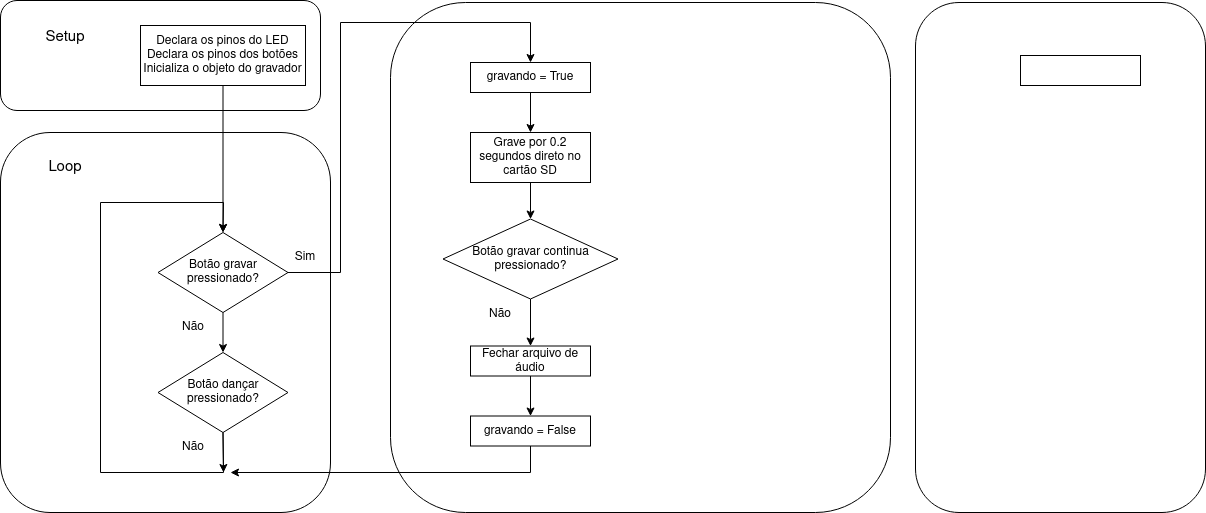
Before: projetos/cacto_dancante/images/especificacao_software.png, a diagram exported from draw.io (vm-bertini/ea075-2023.1). Source tidied: cells renumbered, new cells last; positions are measured from the earlier drawing's top-left corner, leaving out a move shared by most shapes.
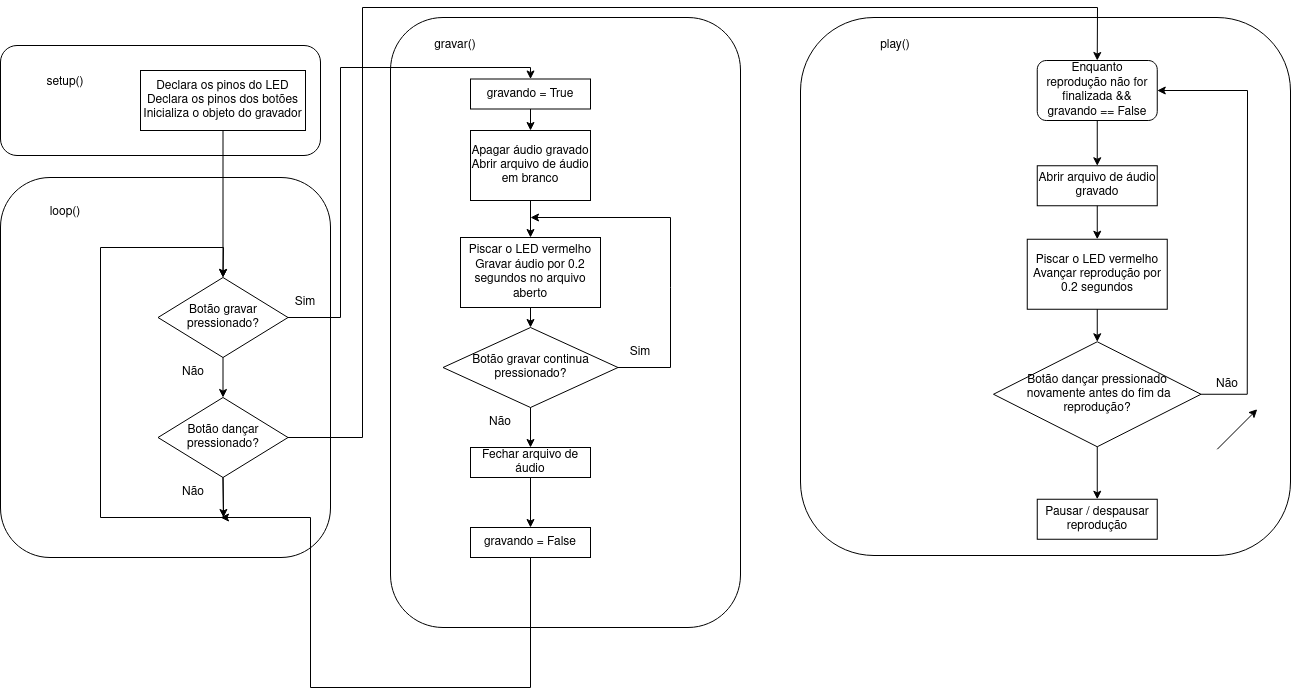
After the change.

What changed in the source:
```diff
@@ -5,7 +5,7 @@
     <mxCell id="2" style="rounded=1;whiteSpace=wrap;html=1;" parent="1" vertex="1">
       <mxGeometry y="132" width="330" height="380" as="geometry" />
     </mxCell>
-    <mxCell id="3" value="&lt;span style=&quot;font-size: 15px;&quot;&gt;Loop&lt;/span&gt;" style="text;html=1;strokeColor=none;fillColor=none;align=center;verticalAlign=middle;whiteSpace=wrap;rounded=0;" parent="1" vertex="1">
+    <mxCell id="3" value="loop()" style="text;html=1;strokeColor=none;fillColor=none;align=center;verticalAlign=middle;whiteSpace=wrap;rounded=0;" parent="1" vertex="1">
       <mxGeometry x="20" y="152" width="90" height="30" as="geometry" />
     </mxCell>
     <mxCell id="4" value="Botão gravar pressionado?" style="rhombus;whiteSpace=wrap;html=1;" parent="1" vertex="1">
@@ -20,7 +20,7 @@
     <mxCell id="7" style="rounded=1;whiteSpace=wrap;html=1;" parent="1" vertex="1">
       <mxGeometry width="320" height="110" as="geometry" />
     </mxCell>
-    <mxCell id="8" value="&lt;font style=&quot;font-size: 15px;&quot;&gt;Setup&lt;/font&gt;" style="text;html=1;strokeColor=none;fillColor=none;align=center;verticalAlign=middle;whiteSpace=wrap;rounded=0;" parent="1" vertex="1">
+    <mxCell id="8" value="setup()" style="text;html=1;strokeColor=none;fillColor=none;align=center;verticalAlign=middle;whiteSpace=wrap;rounded=0;" parent="1" vertex="1">
       <mxGeometry x="35" y="22" width="60" height="30" as="geometry" />
     </mxCell>
     <mxCell id="9" value="Declara os pinos do LED&lt;br&gt;Declara os pinos dos botões&lt;br&gt;Inicializa o objeto do gravador" style="rounded=0;whiteSpace=wrap;html=1;" parent="1" vertex="1">
@@ -51,10 +51,10 @@
       <mxGeometry x="163" y="432" width="60" height="30" as="geometry" />
     </mxCell>
     <mxCell id="15" style="rounded=1;whiteSpace=wrap;html=1;" parent="1" vertex="1">
-      <mxGeometry x="390" y="2" width="500" height="510" as="geometry" />
+      <mxGeometry x="390" y="-28" width="350" height="610" as="geometry" />
     </mxCell>
     <mxCell id="16" value="gravando = True" style="rounded=0;whiteSpace=wrap;html=1;" parent="1" vertex="1">
-      <mxGeometry x="470" y="62" width="120" height="30" as="geometry" />
+      <mxGeometry x="470" y="33.5" width="120" height="30" as="geometry" />
     </mxCell>
     <mxCell id="17" style="endArrow=classic;html=1;rounded=0;exitX=1;exitY=0.5;exitDx=0;exitDy=0;entryX=0.5;entryY=0;entryDx=0;entryDy=0;" parent="1" edge="1" source="4" target="16">
       <mxGeometry relative="1" as="geometry">
@@ -66,33 +66,19 @@
       </mxGeometry>
     </mxCell>
     <mxCell id="18" value="Fechar arquivo de áudio" style="rounded=0;whiteSpace=wrap;html=1;" parent="1" vertex="1">
-      <mxGeometry x="470" y="345.5" width="120" height="30" as="geometry" />
+      <mxGeometry x="470" y="402" width="120" height="30" as="geometry" />
     </mxCell>
-    <mxCell id="19" style="endArrow=classic;html=1;rounded=0;exitX=0.5;exitY=1;exitDx=0;exitDy=0;entryX=0.5;entryY=0;entryDx=0;entryDy=0;" parent="1" edge="1" source="29" target="25">
-      <mxGeometry relative="1" as="geometry" />
-    </mxCell>
     <mxCell id="20" value="gravando = False" style="rounded=0;whiteSpace=wrap;html=1;" parent="1" vertex="1">
-      <mxGeometry x="470" y="415.5" width="120" height="30" as="geometry" />
+      <mxGeometry x="470" y="482" width="120" height="30" as="geometry" />
     </mxCell>
     <mxCell id="21" style="endArrow=classic;html=1;rounded=0;exitX=0.5;exitY=1;exitDx=0;exitDy=0;entryX=0.5;entryY=0;entryDx=0;entryDy=0;" parent="1" edge="1" source="18" target="20">
       <mxGeometry relative="1" as="geometry" />
     </mxCell>
-    <mxCell id="22" style="endArrow=classic;html=1;rounded=0;exitX=0.5;exitY=1;exitDx=0;exitDy=0;" parent="1" edge="1" source="20">
-      <mxGeometry relative="1" as="geometry">
-        <mxPoint x="230" y="472" as="targetPoint" />
-        <Array as="points">
-          <mxPoint x="530" y="472" />
-        </Array>
-      </mxGeometry>
-    </mxCell>
     <mxCell id="23" style="rounded=1;whiteSpace=wrap;html=1;" parent="1" vertex="1">
-      <mxGeometry x="915" y="2" width="290" height="510" as="geometry" />
+      <mxGeometry x="800" y="-28" width="490" height="538" as="geometry" />
     </mxCell>
-    <mxCell id="24" style="rounded=0;whiteSpace=wrap;html=1;" parent="1" vertex="1">
-      <mxGeometry x="1020" y="55" width="120" height="30" as="geometry" />
-    </mxCell>
     <mxCell id="25" value="Botão gravar continua pressionado?" style="rhombus;whiteSpace=wrap;html=1;" parent="1" vertex="1">
-      <mxGeometry x="442.5" y="218.5" width="175" height="80" as="geometry" />
+      <mxGeometry x="442.5" y="282" width="175" height="80" as="geometry" />
     </mxCell>
     <mxCell id="26" style="endArrow=classic;html=1;rounded=0;exitX=0.5;exitY=1;exitDx=0;exitDy=0;entryX=0.5;entryY=0;entryDx=0;entryDy=0;" parent="1" edge="1" source="25" target="18">
       <mxGeometry relative="1" as="geometry" />
@@ -101,13 +87,106 @@
       <mxGeometry x="275" y="242" width="60" height="30" as="geometry" />
     </mxCell>
     <mxCell id="28" value="Não" style="text;html=1;strokeColor=none;fillColor=none;align=center;verticalAlign=middle;whiteSpace=wrap;rounded=0;" parent="1" vertex="1">
-      <mxGeometry x="470" y="298.5" width="60" height="30" as="geometry" />
+      <mxGeometry x="470" y="362" width="60" height="30" as="geometry" />
     </mxCell>
-    <mxCell id="29" value="Grave por 0.2 segundos direto no cartão SD" style="rounded=0;whiteSpace=wrap;html=1;" parent="1" vertex="1">
-      <mxGeometry x="470" y="132" width="120" height="50" as="geometry" />
-    </mxCell>
-    <mxCell id="30" style="endArrow=classic;html=1;rounded=0;exitX=0.5;exitY=1;exitDx=0;exitDy=0;entryX=0.5;entryY=0;entryDx=0;entryDy=0;" parent="1" edge="1" source="16" target="29">
+    <mxCell id="30" style="endArrow=classic;html=1;rounded=0;exitX=0.5;exitY=1;exitDx=0;exitDy=0;entryX=0.5;entryY=0;entryDx=0;entryDy=0;" parent="1" edge="1" source="37" target="32">
       <mxGeometry relative="1" as="geometry" />
     </mxCell>
+    <mxCell id="31" style="edgeStyle=orthogonalEdgeStyle;rounded=0;jettySize=auto;html=1;exitX=0.5;exitY=1;exitDx=0;exitDy=0;entryX=0.5;entryY=0;entryDx=0;entryDy=0;" parent="1" edge="1" source="32" target="25">
+      <mxGeometry relative="1" as="geometry" />
+    </mxCell>
+    <mxCell id="32" value="&lt;div&gt;Piscar o LED vermelho&lt;br&gt;&lt;/div&gt;&lt;div&gt;Gravar áudio por 0.2 segundos no arquivo aberto&lt;br&gt;&lt;/div&gt;" style="rounded=0;whiteSpace=wrap;html=1;" parent="1" vertex="1">
+      <mxGeometry x="460" y="192" width="140" height="70" as="geometry" />
+    </mxCell>
+    <mxCell id="33" style="endArrow=classic;html=1;rounded=0;exitX=0.5;exitY=1;exitDx=0;exitDy=0;" parent="1" edge="1" source="20">
+      <mxGeometry relative="1" as="geometry">
+        <mxPoint x="220" y="472" as="targetPoint" />
+        <Array as="points">
+          <mxPoint x="530" y="642" />
+          <mxPoint x="310" y="642" />
+          <mxPoint x="310" y="472" />
+        </Array>
+      </mxGeometry>
+    </mxCell>
+    <mxCell id="34" style="endArrow=classic;html=1;rounded=0;exitX=1;exitY=0.5;exitDx=0;exitDy=0;" parent="1" edge="1" source="25">
+      <mxGeometry relative="1" as="geometry">
+        <mxPoint x="530" y="172" as="targetPoint" />
+        <Array as="points">
+          <mxPoint x="670" y="322" />
+          <mxPoint x="670" y="242" />
+          <mxPoint x="670" y="172" />
+        </Array>
+      </mxGeometry>
+    </mxCell>
+    <mxCell id="35" value="Sim" style="text;html=1;strokeColor=none;fillColor=none;align=center;verticalAlign=middle;whiteSpace=wrap;rounded=0;" parent="1" vertex="1">
+      <mxGeometry x="610" y="292" width="60" height="30" as="geometry" />
+    </mxCell>
+    <mxCell id="36" style="endArrow=classic;html=1;rounded=0;exitX=0.5;exitY=1;exitDx=0;exitDy=0;entryX=0.5;entryY=0;entryDx=0;entryDy=0;" parent="1" edge="1" source="16" target="37">
+      <mxGeometry relative="1" as="geometry" />
+    </mxCell>
+    <mxCell id="37" value="&lt;div&gt;Apagar áudio gravado&lt;/div&gt;&lt;div&gt;Abrir arquivo de áudio em branco&lt;br&gt;&lt;/div&gt;" style="rounded=0;whiteSpace=wrap;html=1;" parent="1" vertex="1">
+      <mxGeometry x="470" y="85" width="120" height="70" as="geometry" />
+    </mxCell>
+    <mxCell id="38" style="endArrow=classic;html=1;rounded=0;exitX=1;exitY=0.5;exitDx=0;exitDy=0;entryX=0.5;entryY=0;entryDx=0;entryDy=0;" parent="1" edge="1" source="5" target="50">
+      <mxGeometry relative="1" as="geometry">
+        <Array as="points">
+          <mxPoint x="362" y="392" />
+          <mxPoint x="362" y="-38" />
+          <mxPoint x="1097" y="-38" />
+        </Array>
+      </mxGeometry>
+    </mxCell>
+    <mxCell id="39" value="Abrir arquivo de áudio gravado" style="rounded=0;whiteSpace=wrap;html=1;" parent="1" vertex="1">
+      <mxGeometry x="1036.8" y="120.2" width="120" height="40" as="geometry" />
+    </mxCell>
+    <mxCell id="40" value="gravar()" style="text;html=1;strokeColor=none;fillColor=none;align=center;verticalAlign=middle;whiteSpace=wrap;rounded=0;" parent="1" vertex="1">
+      <mxGeometry x="410" y="-15" width="90" height="30" as="geometry" />
+    </mxCell>
+    <mxCell id="41" value="play()" style="text;html=1;strokeColor=none;fillColor=none;align=center;verticalAlign=middle;whiteSpace=wrap;rounded=0;" parent="1" vertex="1">
+      <mxGeometry x="850" y="-15" width="90" height="30" as="geometry" />
+    </mxCell>
+    <mxCell id="42" value="&lt;div&gt;Piscar o LED vermelho&lt;br&gt;&lt;/div&gt;&lt;div&gt;Avançar reprodução por 0.2 segundos&lt;br&gt;&lt;/div&gt;" style="rounded=0;whiteSpace=wrap;html=1;" parent="1" vertex="1">
+      <mxGeometry x="1026.8" y="193.8" width="140" height="70" as="geometry" />
+    </mxCell>
+    <mxCell id="43" value="&lt;div&gt;Botão dançar pressionado&lt;/div&gt;&lt;div&gt;&amp;nbsp;novamente antes do fim da reprodução?&lt;/div&gt;" style="rhombus;whiteSpace=wrap;html=1;" parent="1" vertex="1">
+      <mxGeometry x="993" y="296.2" width="207.5" height="105" as="geometry" />
+    </mxCell>
+    <mxCell id="44" style="endArrow=classic;html=1;rounded=0;exitX=0.5;exitY=1;exitDx=0;exitDy=0;entryX=0.5;entryY=0;entryDx=0;entryDy=0;" parent="1" edge="1" source="39" target="42">
+      <mxGeometry relative="1" as="geometry" />
+    </mxCell>
+    <mxCell id="45" style="endArrow=classic;html=1;rounded=0;entryX=0.5;entryY=0;entryDx=0;entryDy=0;exitX=0.5;exitY=1;exitDx=0;exitDy=0;" parent="1" edge="1" source="42" target="43">
+      <mxGeometry relative="1" as="geometry" />
+    </mxCell>
+    <mxCell id="46" style="endArrow=classic;html=1;rounded=0;exitX=0.5;exitY=1;exitDx=0;exitDy=0;entryX=0.5;entryY=0;entryDx=0;entryDy=0;" parent="1" edge="1" source="43">
+      <mxGeometry relative="1" as="geometry">
+        <mxPoint x="1096.8" y="453.8" as="targetPoint" />
+      </mxGeometry>
+    </mxCell>
+    <mxCell id="47" style="endArrow=classic;html=1;rounded=0;exitX=1;exitY=0.5;exitDx=0;exitDy=0;entryX=1;entryY=0.5;entryDx=0;entryDy=0;" parent="1" edge="1" source="43" target="50">
+      <mxGeometry relative="1" as="geometry">
+        <Array as="points">
+          <mxPoint x="1246.8" y="348.8" />
+          <mxPoint x="1247" y="45" />
+        </Array>
+      </mxGeometry>
+    </mxCell>
+    <mxCell id="48" value="Não" style="text;html=1;strokeColor=none;fillColor=none;align=center;verticalAlign=middle;whiteSpace=wrap;rounded=0;" parent="1" vertex="1">
+      <mxGeometry x="1196.8" y="323.8" width="60" height="30" as="geometry" />
+    </mxCell>
+    <mxCell id="49" style="endArrow=classic;html=1;rounded=0;" parent="1" edge="1">
+      <mxGeometry relative="1" as="geometry">
+        <mxPoint x="1216.8" y="403.8" as="sourcePoint" />
+        <mxPoint x="1256.8" y="363.8" as="targetPoint" />
+      </mxGeometry>
+    </mxCell>
+    <mxCell id="50" value="&lt;div&gt;Enquanto&lt;/div&gt;&lt;div&gt;reprodução não for finalizada &amp;amp;&amp;amp; gravando == False&lt;br&gt;&lt;/div&gt;" style="rounded=1;whiteSpace=wrap;html=1;" parent="1" vertex="1">
+      <mxGeometry x="1036.8" y="15" width="120" height="60" as="geometry" />
+    </mxCell>
+    <mxCell id="51" style="endArrow=classic;html=1;rounded=0;exitX=0.5;exitY=1;exitDx=0;exitDy=0;entryX=0.5;entryY=0;entryDx=0;entryDy=0;" parent="1" edge="1" source="50" target="39">
+      <mxGeometry relative="1" as="geometry" />
+    </mxCell>
+    <mxCell id="52" value="Pausar / despausar reprodução" style="rounded=0;whiteSpace=wrap;html=1;" parent="1" vertex="1">
+      <mxGeometry x="1036.8" y="453.8" width="120" height="40" as="geometry" />
+    </mxCell>
   </root>
 </mxGraphModel>
```
